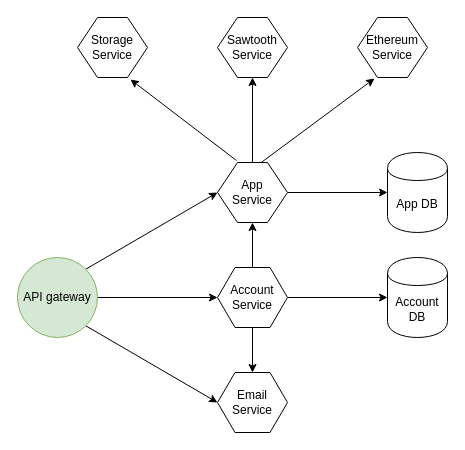
Earlier version of the draw.io diagram page "architecture" (1 of 2) of v-chain microservices architecture.drawio (NTT-TNN/draw). Source tidied: cells renumbered, new cells numbered last; positions are measured from the earlier drawing's top-left corner, leaving out a move shared by most shapes. Both pictures are drawn from the tidied source at 100%, with x=0, y=0 at pixel (17, 17).
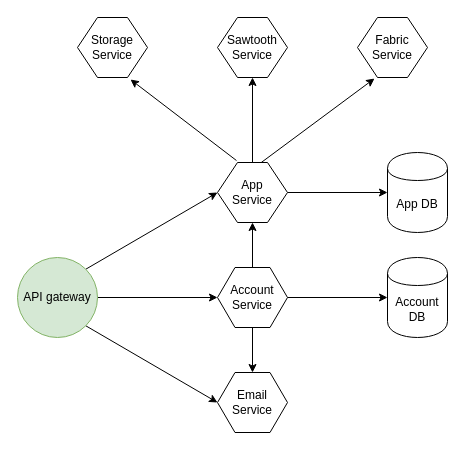
Above is the later version.

What changed in the source:
```diff
@@
-    <mxCell id="20" value="Ethereum&lt;br&gt;Service" style="shape=hexagon;html=1;whiteSpace=wrap;perimeter=hexagonPerimeter;rounded=0;size=0.2857142857142857;" parent="1" vertex="1">
+    <mxCell id="20" value="Fabric&lt;br&gt;Service" style="shape=hexagon;html=1;whiteSpace=wrap;perimeter=hexagonPerimeter;rounded=0;size=0.2857142857142857;" parent="1" vertex="1">
       <mxGeometry x="340" width="70" height="60" as="geometry" />
     </mxCell>
```
